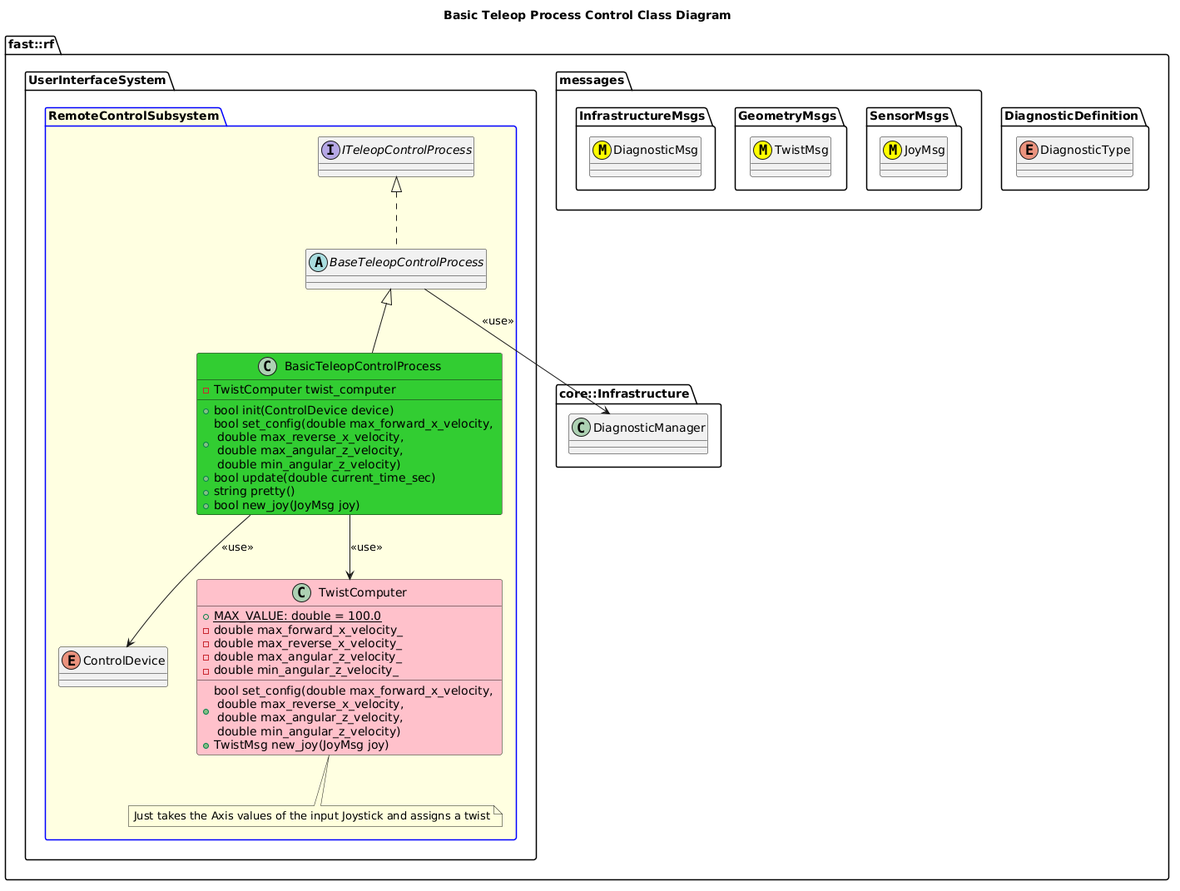
The PlantUML diagram Systems/UserInterface/Subsystems/RemoteControl/Processes/TeleopControl/doc/ProcessImplementations/puml/BasicTeleopControlProcessClassDiagram.png in fastrobotics/robot_framework, before a commit. Source of this version:
```plantuml
@startuml
title Basic Teleop Process Control Class Diagram

namespace fast::rf {
  namespace DiagnosticDefinition {
    enum DiagnosticType
  }
  namespace messages {
    namespace SensorMsgs {
      class JoyMsg <<(M,#FFFF00)>>
    }
    namespace GeometryMsgs {
      class TwistMsg <<(M,#FFFF00)>>
    }
    namespace InfrastructureMsgs {
      class DiagnosticMsg <<(M,#FFFF00)>>
    }
  }
  namespace core::Infrastructure {
    class DiagnosticManager
  }
  namespace UserInterfaceSystem {
    package RemoteControlSubsystem #LightYellow;line:blue {
        interface ITeleopControlProcess
        abstract BaseTeleopControlProcess
        enum ControlDevice
        BaseTeleopControlProcess .up.|> ITeleopControlProcess
        BaseTeleopControlProcess --> DiagnosticManager: <<use>>
        class TwistComputer #Pink {
          +{static} MAX_VALUE: double = 100.0
          +bool set_config(double max_forward_x_velocity, \n double max_reverse_x_velocity, \n double max_angular_z_velocity, \n double min_angular_z_velocity)
          +TwistMsg new_joy(JoyMsg joy)
          -double max_forward_x_velocity_
          -double max_reverse_x_velocity_
          -double max_angular_z_velocity_
          -double min_angular_z_velocity_
        }
        note bottom of TwistComputer
          Just takes the Axis values of the input Joystick and assigns a twist
        end note
        class BasicTeleopControlProcess #LimeGreen {

          +bool init(ControlDevice device)
          +bool set_config(double max_forward_x_velocity, \n double max_reverse_x_velocity, \n double max_angular_z_velocity, \n double min_angular_z_velocity)
          +bool update(double current_time_sec)
          +string pretty()
          +bool new_joy(JoyMsg joy)
          -TwistComputer twist_computer

        }
        BasicTeleopControlProcess -up-|> BaseTeleopControlProcess
        BasicTeleopControlProcess --> TwistComputer: <<use>>
        BasicTeleopControlProcess --> ControlDevice: <<use>>
    }
  }
}
@enduml
```
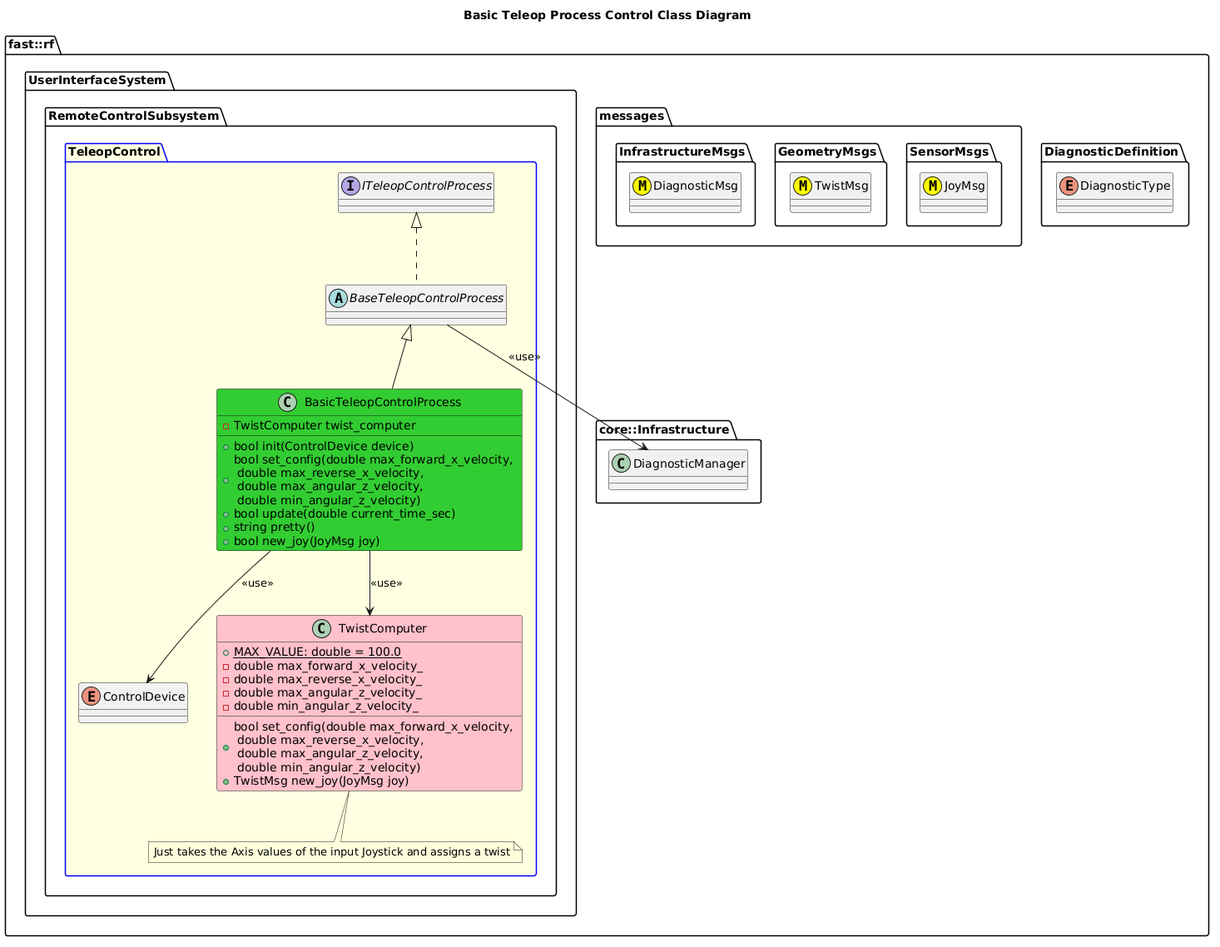
The same diagram one commit later.

The edit, as a diff of the source:
```diff
@@ -20,7 +20,8 @@
     class DiagnosticManager
   }
   namespace UserInterfaceSystem {
-    package RemoteControlSubsystem #LightYellow;line:blue {
+    namespace RemoteControlSubsystem {
+      package TeleopControl #LightYellow;line:blue {
         interface ITeleopControlProcess
         abstract BaseTeleopControlProcess
         enum ControlDevice
@@ -51,6 +52,7 @@
         BasicTeleopControlProcess -up-|> BaseTeleopControlProcess
         BasicTeleopControlProcess --> TwistComputer: <<use>>
         BasicTeleopControlProcess --> ControlDevice: <<use>>
+      }
     }
   }
 }
```
